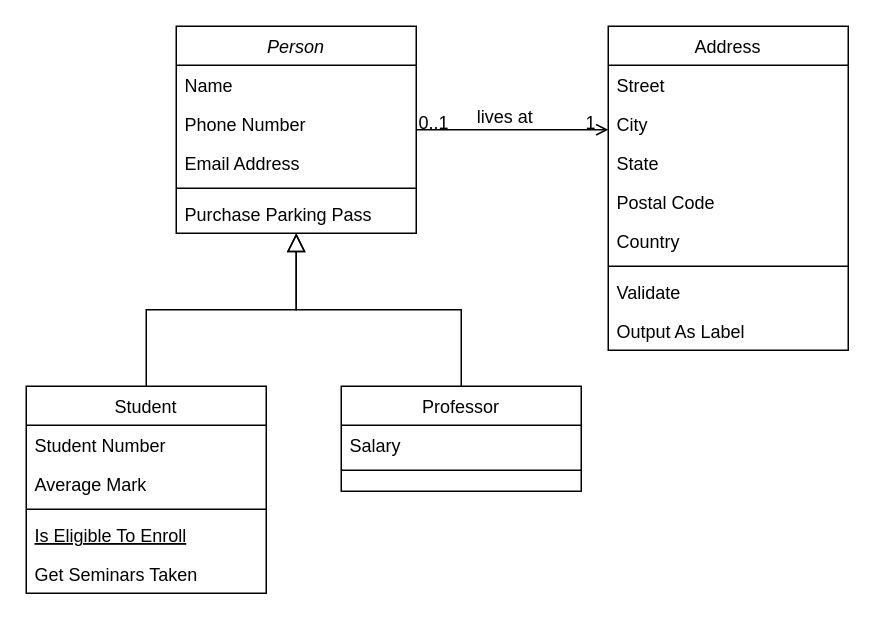
This is doc/未命名绘图.drawio from codeking888/duanjun_Git, a draw.io file, before an edit. Source tidied: cells renumbered, new cells numbered last; positions are measured from the earlier drawing's top-left corner, leaving out a move shared by most shapes. Both pictures are drawn from the tidied source at 150%, with x=0, y=0 at pixel (26, 26).
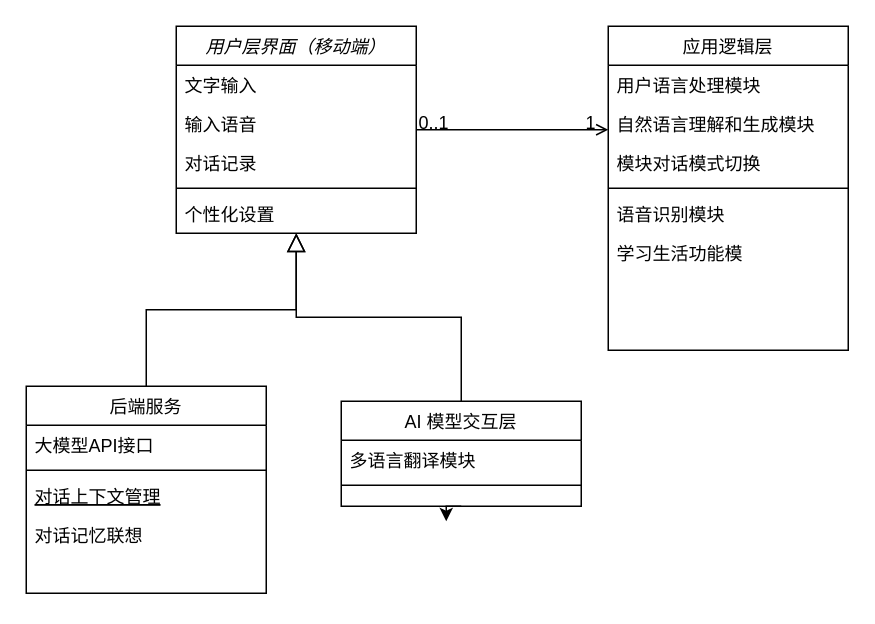
The same page after the edit.

Commit message:
软件构想：基于ChatGPT大模型的AI交流软件2版

Unchanged cells that the change refers to:
```xml
<mxCell id="28" style="endArrow=open;shadow=0;strokeWidth=1;rounded=0;curved=0;endFill=1;edgeStyle=elbowEdgeStyle;elbow=vertical;" parent="1" edge="1" source="2" target="19">
  <mxGeometry x="0.5" y="41" relative="1" as="geometry">
    <mxPoint x="-40" y="32" as="offset" />
  </mxGeometry>
</mxCell>
```

Change to the diagram source:
```diff
@@
-    <mxCell id="2" value="Person" style="swimlane;fontStyle=2;align=center;verticalAlign=top;horizontal=1;startSize=26;rounded=0;shadow=0;strokeWidth=1;" parent="1" vertex="1">
+    <mxCell id="2" value="用户层界面（移动端）" style="swimlane;fontStyle=2;align=center;verticalAlign=top;horizontal=1;startSize=26;rounded=0;shadow=0;strokeWidth=1;" parent="1" vertex="1">
       <mxGeometry x="100" width="160" height="138" as="geometry" />
     </mxCell>
-    <mxCell id="3" value="Name" style="text;align=left;verticalAlign=top;spacingLeft=4;spacingRight=4;overflow=hidden;" parent="2" vertex="1">
+    <mxCell id="3" value="文字输入" style="text;align=left;verticalAlign=top;spacingLeft=4;spacingRight=4;overflow=hidden;" parent="2" vertex="1">
       <mxGeometry y="26" width="160" height="26" as="geometry" />
     </mxCell>
-    <mxCell id="4" value="Phone Number" style="text;align=left;verticalAlign=top;spacingLeft=4;spacingRight=4;overflow=hidden;rounded=0;shadow=0;html=0;" parent="2" vertex="1">
+    <mxCell id="4" value="输入语音" style="text;align=left;verticalAlign=top;spacingLeft=4;spacingRight=4;overflow=hidden;rounded=0;shadow=0;html=0;" parent="2" vertex="1">
       <mxGeometry y="52" width="160" height="26" as="geometry" />
     </mxCell>
-    <mxCell id="5" value="Email Address" style="text;align=left;verticalAlign=top;spacingLeft=4;spacingRight=4;overflow=hidden;rounded=0;shadow=0;html=0;" parent="2" vertex="1">
+    <mxCell id="5" value="对话记录" style="text;align=left;verticalAlign=top;spacingLeft=4;spacingRight=4;overflow=hidden;rounded=0;shadow=0;html=0;" parent="2" vertex="1">
       <mxGeometry y="78" width="160" height="26" as="geometry" />
     </mxCell>
@@
-    <mxCell id="7" value="Purchase Parking Pass" style="text;align=left;verticalAlign=top;spacingLeft=4;spacingRight=4;overflow=hidden;" parent="2" vertex="1">
+    <mxCell id="7" value="个性化设置" style="text;align=left;verticalAlign=top;spacingLeft=4;spacingRight=4;overflow=hidden;" parent="2" vertex="1">
       <mxGeometry y="112" width="160" height="26" as="geometry" />
     </mxCell>
-    <mxCell id="8" value="Student" style="swimlane;fontStyle=0;align=center;verticalAlign=top;horizontal=1;startSize=26;rounded=0;shadow=0;strokeWidth=1;" parent="1" vertex="1">
+    <mxCell id="8" value="后端服务" style="swimlane;fontStyle=0;align=center;verticalAlign=top;horizontal=1;startSize=26;rounded=0;shadow=0;strokeWidth=1;" parent="1" vertex="1">
       <mxGeometry y="240" width="160" height="138" as="geometry" />
     </mxCell>
-    <mxCell id="9" value="Student Number" style="text;align=left;verticalAlign=top;spacingLeft=4;spacingRight=4;overflow=hidden;" parent="8" vertex="1">
+    <mxCell id="9" value="大模型API接口" style="text;align=left;verticalAlign=top;spacingLeft=4;spacingRight=4;overflow=hidden;" parent="8" vertex="1">
       <mxGeometry y="26" width="160" height="26" as="geometry" />
     </mxCell>
-    <mxCell id="10" value="Average Mark" style="text;align=left;verticalAlign=top;spacingLeft=4;spacingRight=4;overflow=hidden;rounded=0;shadow=0;html=0;" parent="8" vertex="1">
-      <mxGeometry y="52" width="160" height="26" as="geometry" />
-    </mxCell>
     <mxCell id="11" style="line;html=1;strokeWidth=1;align=left;verticalAlign=middle;spacingTop=-1;spacingLeft=3;spacingRight=3;labelPosition=right;" parent="8" vertex="1">
-      <mxGeometry y="78" width="160" height="8" as="geometry" />
+      <mxGeometry y="52" width="160" height="8" as="geometry" />
     </mxCell>
-    <mxCell id="12" value="Is Eligible To Enroll" style="text;align=left;verticalAlign=top;spacingLeft=4;spacingRight=4;overflow=hidden;fontStyle=4;" parent="8" vertex="1">
-      <mxGeometry y="86" width="160" height="26" as="geometry" />
+    <mxCell id="12" value="对话上下文管理" style="text;align=left;verticalAlign=top;spacingLeft=4;spacingRight=4;overflow=hidden;fontStyle=4;" parent="8" vertex="1">
+      <mxGeometry y="60" width="160" height="26" as="geometry" />
     </mxCell>
-    <mxCell id="13" value="Get Seminars Taken" style="text;align=left;verticalAlign=top;spacingLeft=4;spacingRight=4;overflow=hidden;" parent="8" vertex="1">
-      <mxGeometry y="112" width="160" height="26" as="geometry" />
+    <mxCell id="13" value="对话记忆联想" style="text;align=left;verticalAlign=top;spacingLeft=4;spacingRight=4;overflow=hidden;" parent="8" vertex="1">
+      <mxGeometry y="86" width="160" height="26" as="geometry" />
     </mxCell>
@@
+    <mxCell id="32" style="edgeStyle=orthogonalEdgeStyle;rounded=0;jettySize=auto;html=1;exitX=0.5;exitY=1;exitDx=0;exitDy=0;" parent="1" edge="1" source="15">
+      <mxGeometry relative="1" as="geometry">
+        <mxPoint x="280" y="330" as="targetPoint" />
+      </mxGeometry>
+    </mxCell>
-    <mxCell id="15" value="Professor" style="swimlane;fontStyle=0;align=center;verticalAlign=top;horizontal=1;startSize=26;rounded=0;shadow=0;strokeWidth=1;" parent="1" vertex="1">
-      <mxGeometry x="210" y="240" width="160" height="70" as="geometry" />
+    <mxCell id="15" value="AI 模型交互层" style="swimlane;fontStyle=0;align=center;verticalAlign=top;horizontal=1;startSize=26;rounded=0;shadow=0;strokeWidth=1;" parent="1" vertex="1">
+      <mxGeometry x="210" y="250" width="160" height="70" as="geometry" />
     </mxCell>
-    <mxCell id="16" value="Salary" style="text;align=left;verticalAlign=top;spacingLeft=4;spacingRight=4;overflow=hidden;" parent="15" vertex="1">
+    <mxCell id="16" value="多语言翻译模块" style="text;align=left;verticalAlign=top;spacingLeft=4;spacingRight=4;overflow=hidden;" parent="15" vertex="1">
       <mxGeometry y="26" width="160" height="26" as="geometry" />
     </mxCell>
@@
-    <mxCell id="19" value="Address" style="swimlane;fontStyle=0;align=center;verticalAlign=top;horizontal=1;startSize=26;rounded=0;shadow=0;strokeWidth=1;" parent="1" vertex="1">
+    <mxCell id="19" value="应用逻辑层" style="swimlane;fontStyle=0;align=center;verticalAlign=top;horizontal=1;startSize=26;rounded=0;shadow=0;strokeWidth=1;" parent="1" vertex="1">
       <mxGeometry x="388" width="160" height="216" as="geometry" />
     </mxCell>
-    <mxCell id="20" value="Street" style="text;align=left;verticalAlign=top;spacingLeft=4;spacingRight=4;overflow=hidden;" parent="19" vertex="1">
-      <mxGeometry y="26" width="160" height="26" as="geometry" />
-    </mxCell>
-    <mxCell id="21" value="City" style="text;align=left;verticalAlign=top;spacingLeft=4;spacingRight=4;overflow=hidden;rounded=0;shadow=0;html=0;" parent="19" vertex="1">
-      <mxGeometry y="52" width="160" height="26" as="geometry" />
+    <mxCell id="21" value="用户语言处理模块" style="text;align=left;verticalAlign=top;spacingLeft=4;spacingRight=4;overflow=hidden;rounded=0;shadow=0;html=0;" parent="19" vertex="1">
+      <mxGeometry y="26" width="160" height="26" as="geometry" />
     </mxCell>
-    <mxCell id="22" value="State" style="text;align=left;verticalAlign=top;spacingLeft=4;spacingRight=4;overflow=hidden;rounded=0;shadow=0;html=0;" parent="19" vertex="1">
-      <mxGeometry y="78" width="160" height="26" as="geometry" />
-    </mxCell>
-    <mxCell id="23" value="Postal Code" style="text;align=left;verticalAlign=top;spacingLeft=4;spacingRight=4;overflow=hidden;rounded=0;shadow=0;html=0;" parent="19" vertex="1">
-      <mxGeometry y="104" width="160" height="26" as="geometry" />
+    <mxCell id="23" value="自然语言理解和生成模块" style="text;align=left;verticalAlign=top;spacingLeft=4;spacingRight=4;overflow=hidden;rounded=0;shadow=0;html=0;" parent="19" vertex="1">
+      <mxGeometry y="52" width="160" height="26" as="geometry" />
     </mxCell>
-    <mxCell id="24" value="Country" style="text;align=left;verticalAlign=top;spacingLeft=4;spacingRight=4;overflow=hidden;rounded=0;shadow=0;html=0;" parent="19" vertex="1">
-      <mxGeometry y="130" width="160" height="26" as="geometry" />
+    <mxCell id="24" value="模块对话模式切换" style="text;align=left;verticalAlign=top;spacingLeft=4;spacingRight=4;overflow=hidden;rounded=0;shadow=0;html=0;" parent="19" vertex="1">
+      <mxGeometry y="78" width="160" height="26" as="geometry" />
     </mxCell>
     <mxCell id="25" style="line;html=1;strokeWidth=1;align=left;verticalAlign=middle;spacingTop=-1;spacingLeft=3;spacingRight=3;labelPosition=right;" parent="19" vertex="1">
-      <mxGeometry y="156" width="160" height="8" as="geometry" />
+      <mxGeometry y="104" width="160" height="8" as="geometry" />
     </mxCell>
-    <mxCell id="26" value="Validate" style="text;align=left;verticalAlign=top;spacingLeft=4;spacingRight=4;overflow=hidden;" parent="19" vertex="1">
-      <mxGeometry y="164" width="160" height="26" as="geometry" />
+    <mxCell id="26" value="语音识别模块" style="text;align=left;verticalAlign=top;spacingLeft=4;spacingRight=4;overflow=hidden;" parent="19" vertex="1">
+      <mxGeometry y="112" width="160" height="26" as="geometry" />
     </mxCell>
-    <mxCell id="27" value="Output As Label" style="text;align=left;verticalAlign=top;spacingLeft=4;spacingRight=4;overflow=hidden;" parent="19" vertex="1">
-      <mxGeometry y="190" width="160" height="26" as="geometry" />
+    <mxCell id="27" value="学习生活功能模" style="text;align=left;verticalAlign=top;spacingLeft=4;spacingRight=4;overflow=hidden;" parent="19" vertex="1">
+      <mxGeometry y="138" width="160" height="26" as="geometry" />
     </mxCell>
@@
-    <mxCell id="31" value="lives at" style="text;html=1;align=center;verticalAlign=middle;labelBackgroundColor=none;rounded=0;shadow=0;strokeWidth=1;fontSize=12;" parent="28" vertex="1">
-      <mxGeometry x="0.5" y="49" relative="1" as="geometry">
-        <mxPoint x="-38" y="40" as="offset" />
-      </mxGeometry>
-    </mxCell>
```
